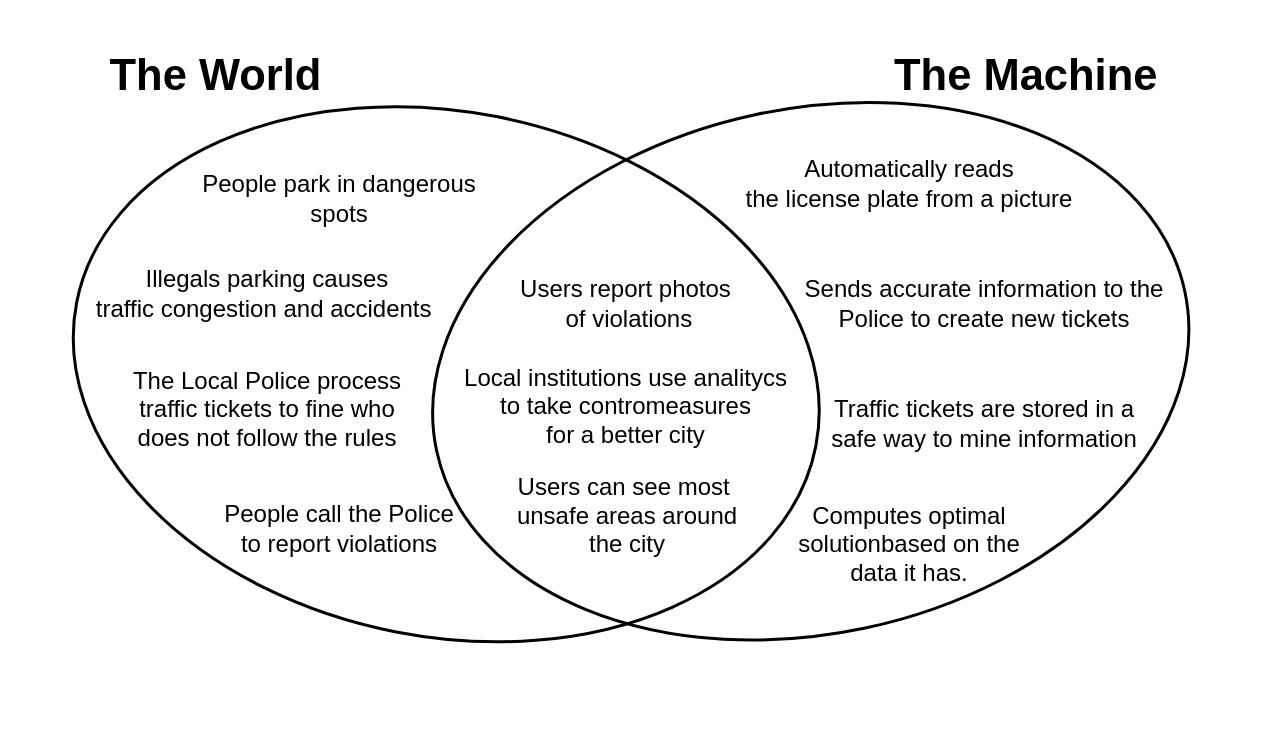
The draw.io diagram RASD/materials/WorldMachinePhenomena.drawio in GiorgioUghini/SafeStreets, before the edit. Source tidied: cells renumbered, new cells numbered last; positions are measured from the earlier drawing's top-left corner, leaving out a move shared by most shapes. Both pictures are drawn from the tidied source at 150%, with x=0, y=0 at pixel (69, 40).
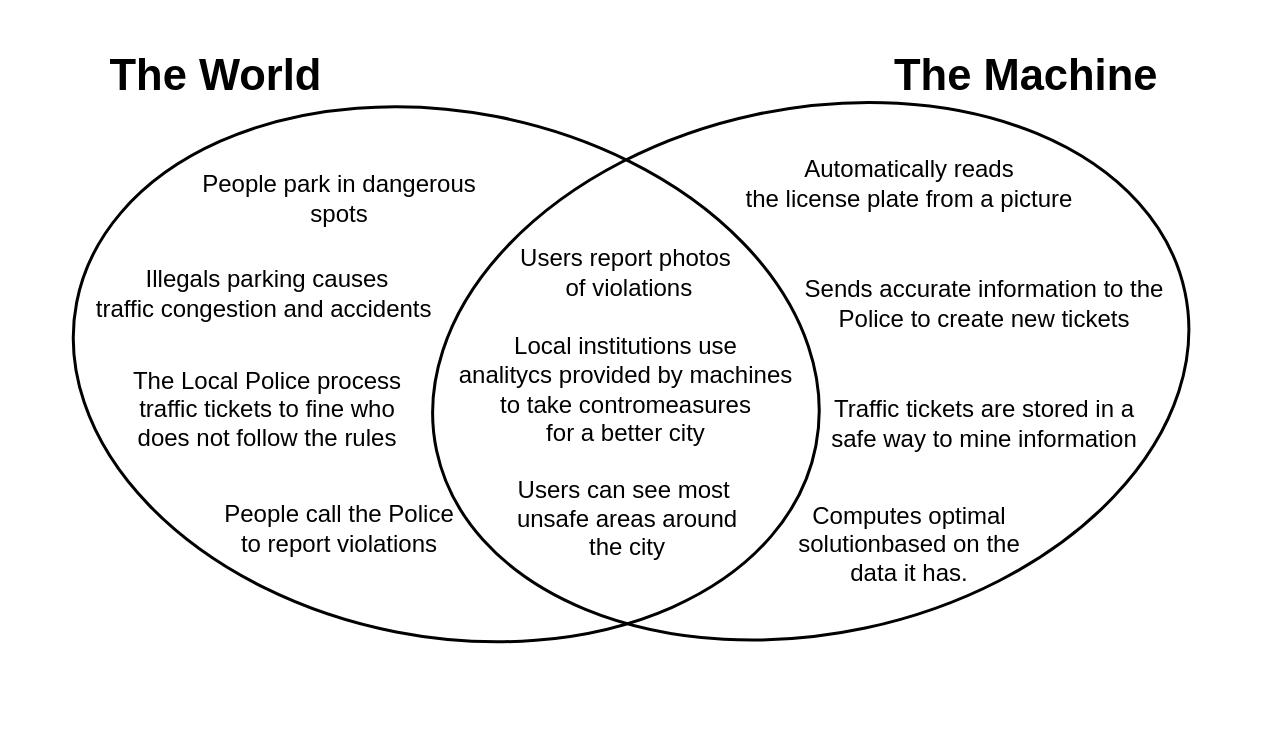
Above is the later version.

Commit message (it also covers changes not shown here):
update world machine phenomena

Change to the diagram source:
```diff
@@
 <mxGraphModel>
   <root>
     <mxCell id="0" />
     <mxCell id="1" parent="0" />
     <mxCell id="2" style="ellipse;whiteSpace=wrap;html=1;rotation=11;fillColor=none;strokeWidth=2;" parent="1" vertex="1">
       <mxGeometry y="47" width="502" height="350" as="geometry" />
     </mxCell>
     <mxCell id="3" style="ellipse;whiteSpace=wrap;html=1;rotation=-12;fillColor=none;strokeWidth=2;" parent="1" vertex="1">
       <mxGeometry x="239" y="45" width="510" height="350" as="geometry" />
     </mxCell>
     <mxCell id="4" value="&lt;font style=&quot;font-size: 16px&quot;&gt;People park in dangerous&lt;br&gt;spots&lt;/font&gt;" style="text;html=1;strokeColor=none;fillColor=none;align=center;verticalAlign=middle;whiteSpace=wrap;rounded=0;" parent="1" vertex="1">
       <mxGeometry x="60" y="90" width="240" height="30" as="geometry" />
     </mxCell>
     <mxCell id="5" value="&lt;font style=&quot;font-size: 16px&quot;&gt;People call the Police &lt;br&gt;to report violations&lt;/font&gt;" style="text;html=1;strokeColor=none;fillColor=none;align=center;verticalAlign=middle;whiteSpace=wrap;rounded=0;" parent="1" vertex="1">
       <mxGeometry x="90" y="310" width="180" height="30" as="geometry" />
     </mxCell>
     <mxCell id="6" value="&lt;span style=&quot;font-size: 16px&quot;&gt;Illegals parking causes&lt;br&gt;traffic congestion and accidents&amp;nbsp;&lt;/span&gt;" style="text;html=1;strokeColor=none;fillColor=none;align=center;verticalAlign=middle;whiteSpace=wrap;rounded=0;" parent="1" vertex="1">
       <mxGeometry x="2" y="139" width="260" height="57" as="geometry" />
     </mxCell>
-    <mxCell id="7" value="&lt;font style=&quot;font-size: 16px&quot;&gt;Local institutions use analitycs&lt;br&gt;to take contromeasures&lt;br&gt;for a better city&lt;br&gt;&lt;/font&gt;" style="text;html=1;strokeColor=none;fillColor=none;align=center;verticalAlign=middle;whiteSpace=wrap;rounded=0;" parent="1" vertex="1">
-      <mxGeometry x="251" y="227.5" width="240" height="30" as="geometry" />
+    <mxCell id="7" value="&lt;font style=&quot;font-size: 16px&quot;&gt;Local institutions use &lt;br&gt;analitycs provided by machines to take contromeasures&lt;br&gt;for a better city&lt;br&gt;&lt;/font&gt;" style="text;html=1;strokeColor=none;fillColor=none;align=center;verticalAlign=middle;whiteSpace=wrap;rounded=0;" parent="1" vertex="1">
+      <mxGeometry x="251" y="216.5" width="240" height="30" as="geometry" />
     </mxCell>
     <mxCell id="8" value="&lt;font style=&quot;font-size: 16px&quot;&gt;The Local Police process&lt;br&gt;traffic tickets to fine who&lt;br&gt;does not follow the rules&lt;br&gt;&lt;/font&gt;" style="text;html=1;strokeColor=none;fillColor=none;align=center;verticalAlign=middle;whiteSpace=wrap;rounded=0;" parent="1" vertex="1">
       <mxGeometry x="37" y="215" width="190" height="60" as="geometry" />
     </mxCell>
     <mxCell id="9" value="&lt;font style=&quot;font-size: 16px&quot;&gt;Automatically reads&lt;br&gt;the license plate from a picture&lt;br&gt;&lt;/font&gt;" style="text;html=1;strokeColor=none;fillColor=none;align=center;verticalAlign=middle;whiteSpace=wrap;rounded=0;" parent="1" vertex="1">
       <mxGeometry x="440" y="80" width="240" height="30" as="geometry" />
     </mxCell>
     <mxCell id="10" value="&lt;font style=&quot;font-size: 16px&quot;&gt;Traffic tickets are stored in a&lt;br&gt;safe way to mine information&lt;br&gt;&lt;/font&gt;" style="text;html=1;strokeColor=none;fillColor=none;align=center;verticalAlign=middle;whiteSpace=wrap;rounded=0;" parent="1" vertex="1">
       <mxGeometry x="490" y="240" width="240" height="30" as="geometry" />
     </mxCell>
     <mxCell id="11" value="&lt;font style=&quot;font-size: 16px&quot;&gt;Sends accurate&amp;nbsp;information to the Police to create new tickets&lt;br&gt;&lt;/font&gt;" style="text;html=1;strokeColor=none;fillColor=none;align=center;verticalAlign=middle;whiteSpace=wrap;rounded=0;" parent="1" vertex="1">
       <mxGeometry x="480" y="160" width="260" height="30" as="geometry" />
     </mxCell>
     <mxCell id="12" value="&lt;font style=&quot;font-size: 16px&quot;&gt;Computes optimal &lt;br&gt;solutionbased on the &lt;br&gt;data it has.&lt;br&gt;&lt;/font&gt;" style="text;html=1;strokeColor=none;fillColor=none;align=center;verticalAlign=middle;whiteSpace=wrap;rounded=0;" parent="1" vertex="1">
       <mxGeometry x="440" y="320" width="240" height="30" as="geometry" />
     </mxCell>
     <mxCell id="13" value="&lt;font style=&quot;font-size: 16px&quot;&gt;Users report photos&lt;br&gt;&amp;nbsp;of violations&lt;br&gt;&lt;/font&gt;" style="text;html=1;strokeColor=none;fillColor=none;align=center;verticalAlign=middle;whiteSpace=wrap;rounded=0;" parent="1" vertex="1">
-      <mxGeometry x="251" y="160" width="240" height="30" as="geometry" />
+      <mxGeometry x="251" y="139" width="240" height="30" as="geometry" />
     </mxCell>
     <mxCell id="14" value="&lt;font style=&quot;font-size: 16px&quot;&gt;Users can see most&amp;nbsp;&lt;br&gt;unsafe areas around&lt;br&gt;the city&lt;br&gt;&lt;/font&gt;" style="text;html=1;strokeColor=none;fillColor=none;align=center;verticalAlign=middle;whiteSpace=wrap;rounded=0;" parent="1" vertex="1">
-      <mxGeometry x="252" y="301" width="240" height="30" as="geometry" />
+      <mxGeometry x="252" y="303" width="240" height="30" as="geometry" />
     </mxCell>
     <mxCell id="15" value="&lt;h1&gt;&lt;font style=&quot;font-size: 29px&quot;&gt;The Machine&lt;/font&gt;&lt;/h1&gt;" style="text;html=1;strokeColor=none;fillColor=none;spacing=5;spacingTop=-20;whiteSpace=wrap;overflow=hidden;rounded=0;" parent="1" vertex="1">
       <mxGeometry x="545" width="205" height="60" as="geometry" />
     </mxCell>
     <mxCell id="16" value="&lt;h1&gt;&lt;font style=&quot;font-size: 29px&quot;&gt;The World&lt;/font&gt;&lt;/h1&gt;" style="text;html=1;strokeColor=none;fillColor=none;spacing=5;spacingTop=-20;whiteSpace=wrap;overflow=hidden;rounded=0;" parent="1" vertex="1">
       <mxGeometry x="22" width="205" height="60" as="geometry" />
     </mxCell>
   </root>
 </mxGraphModel>
```
